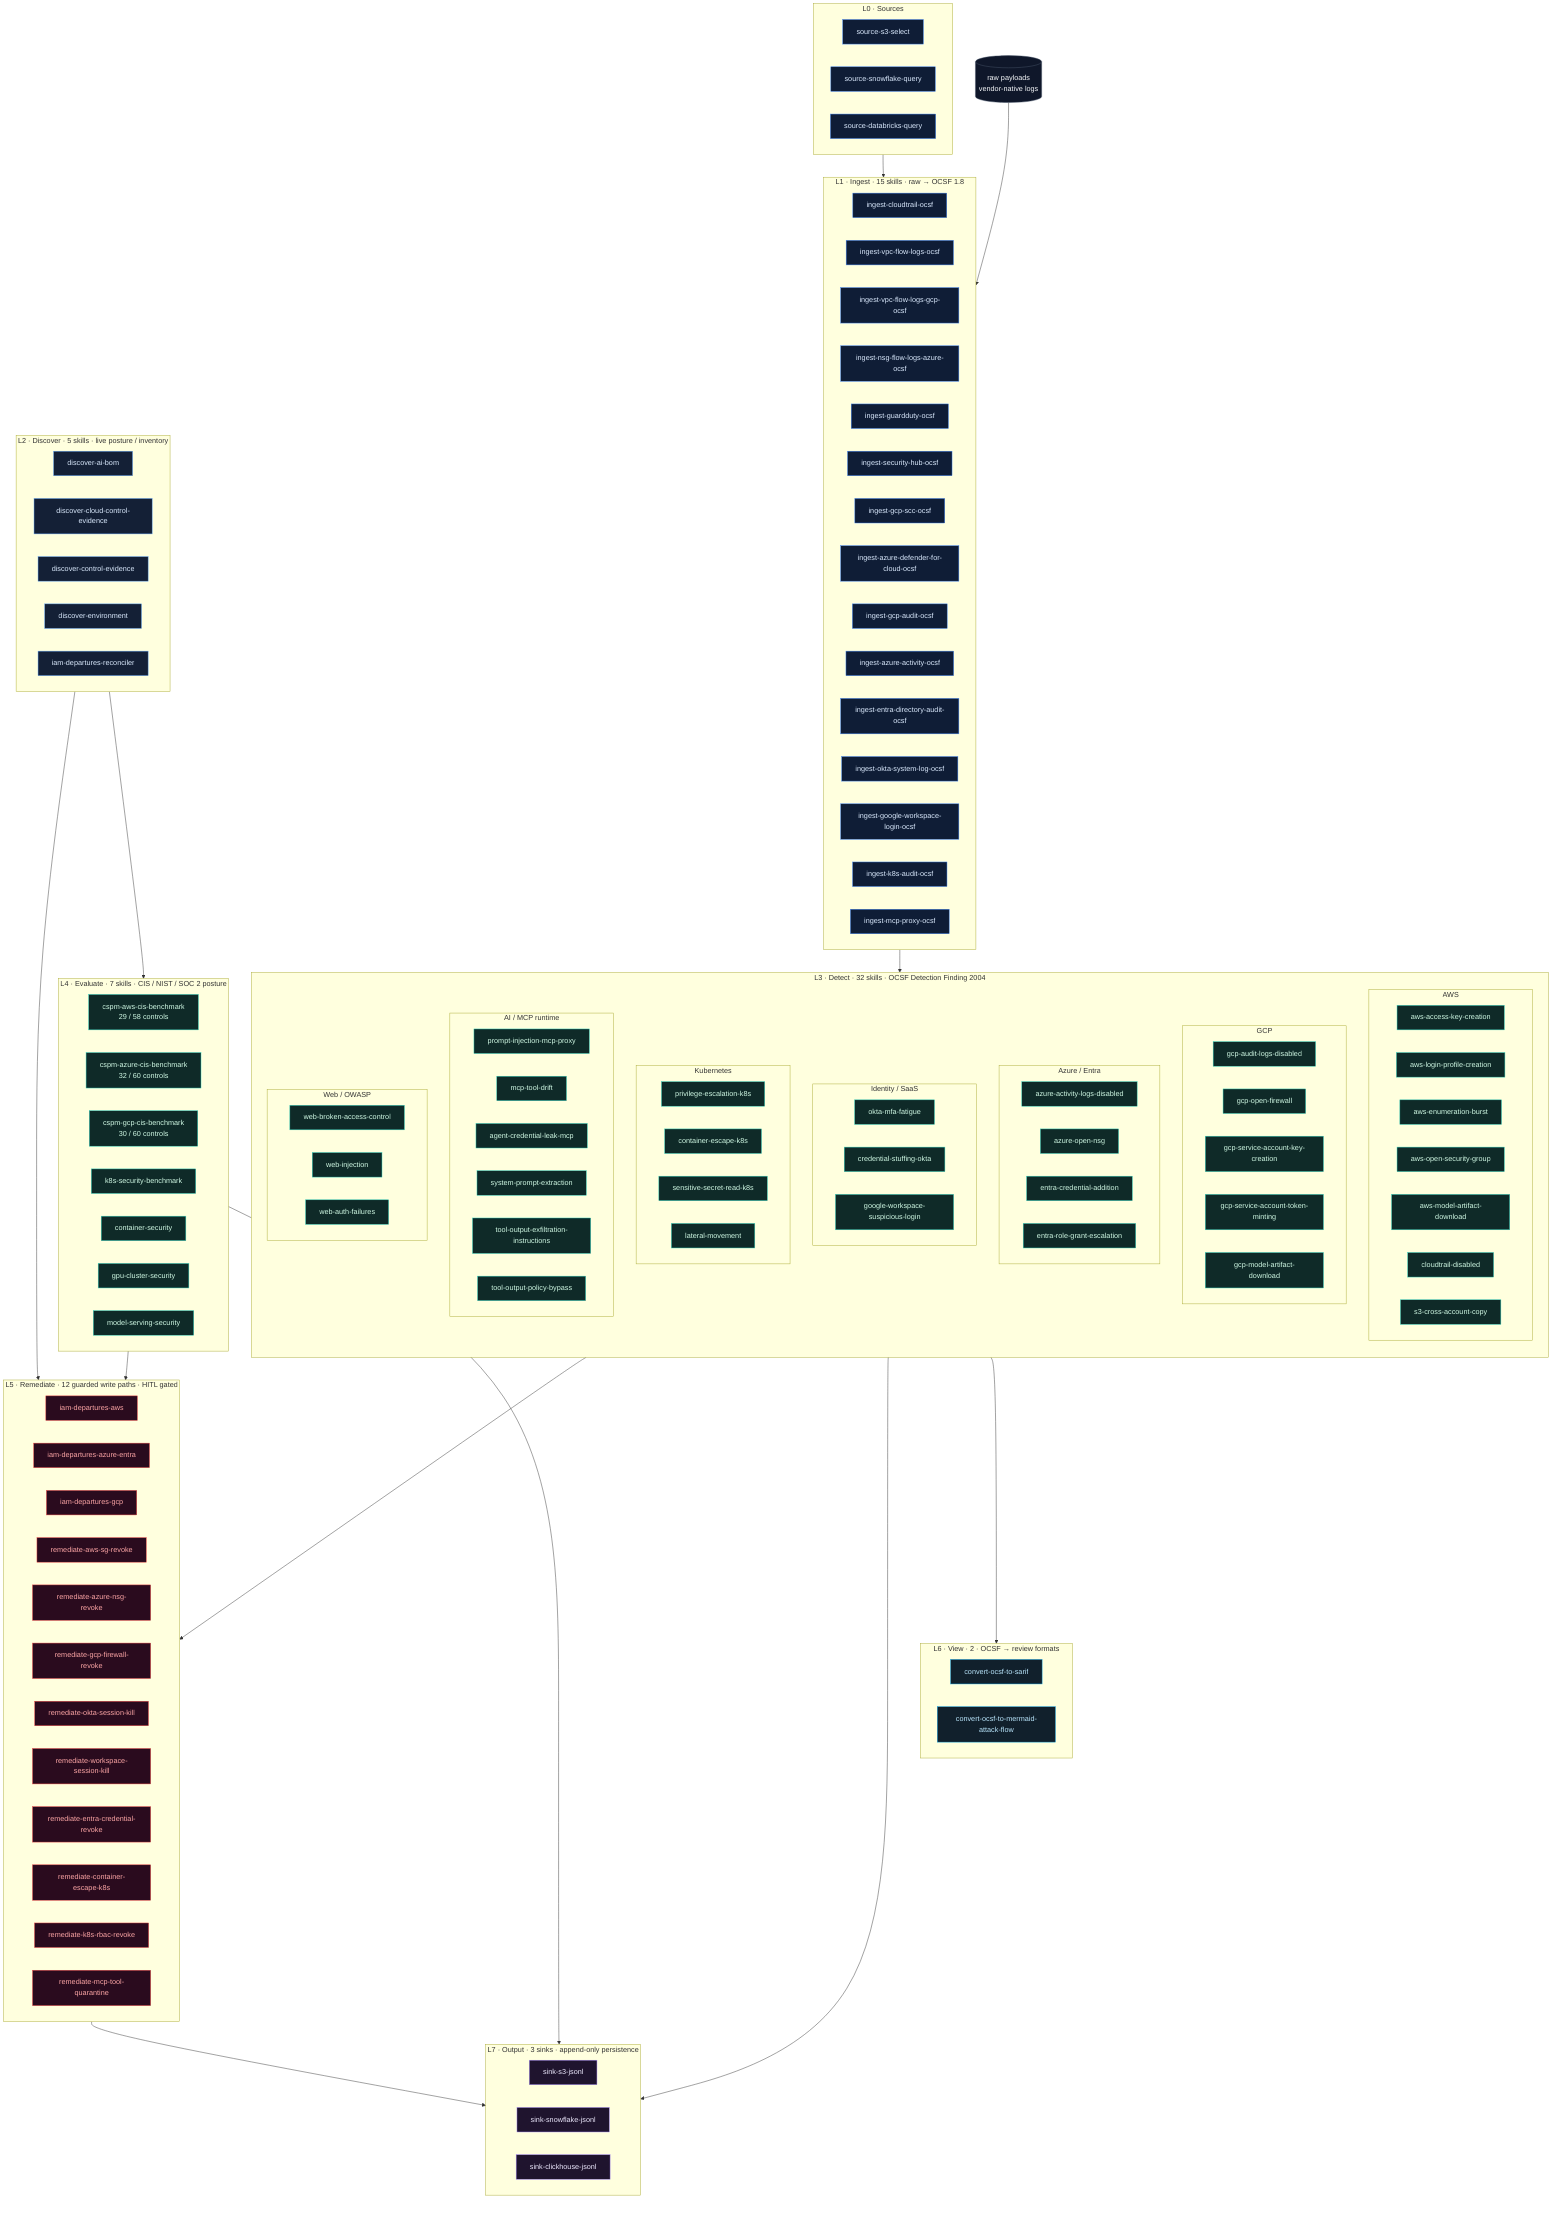
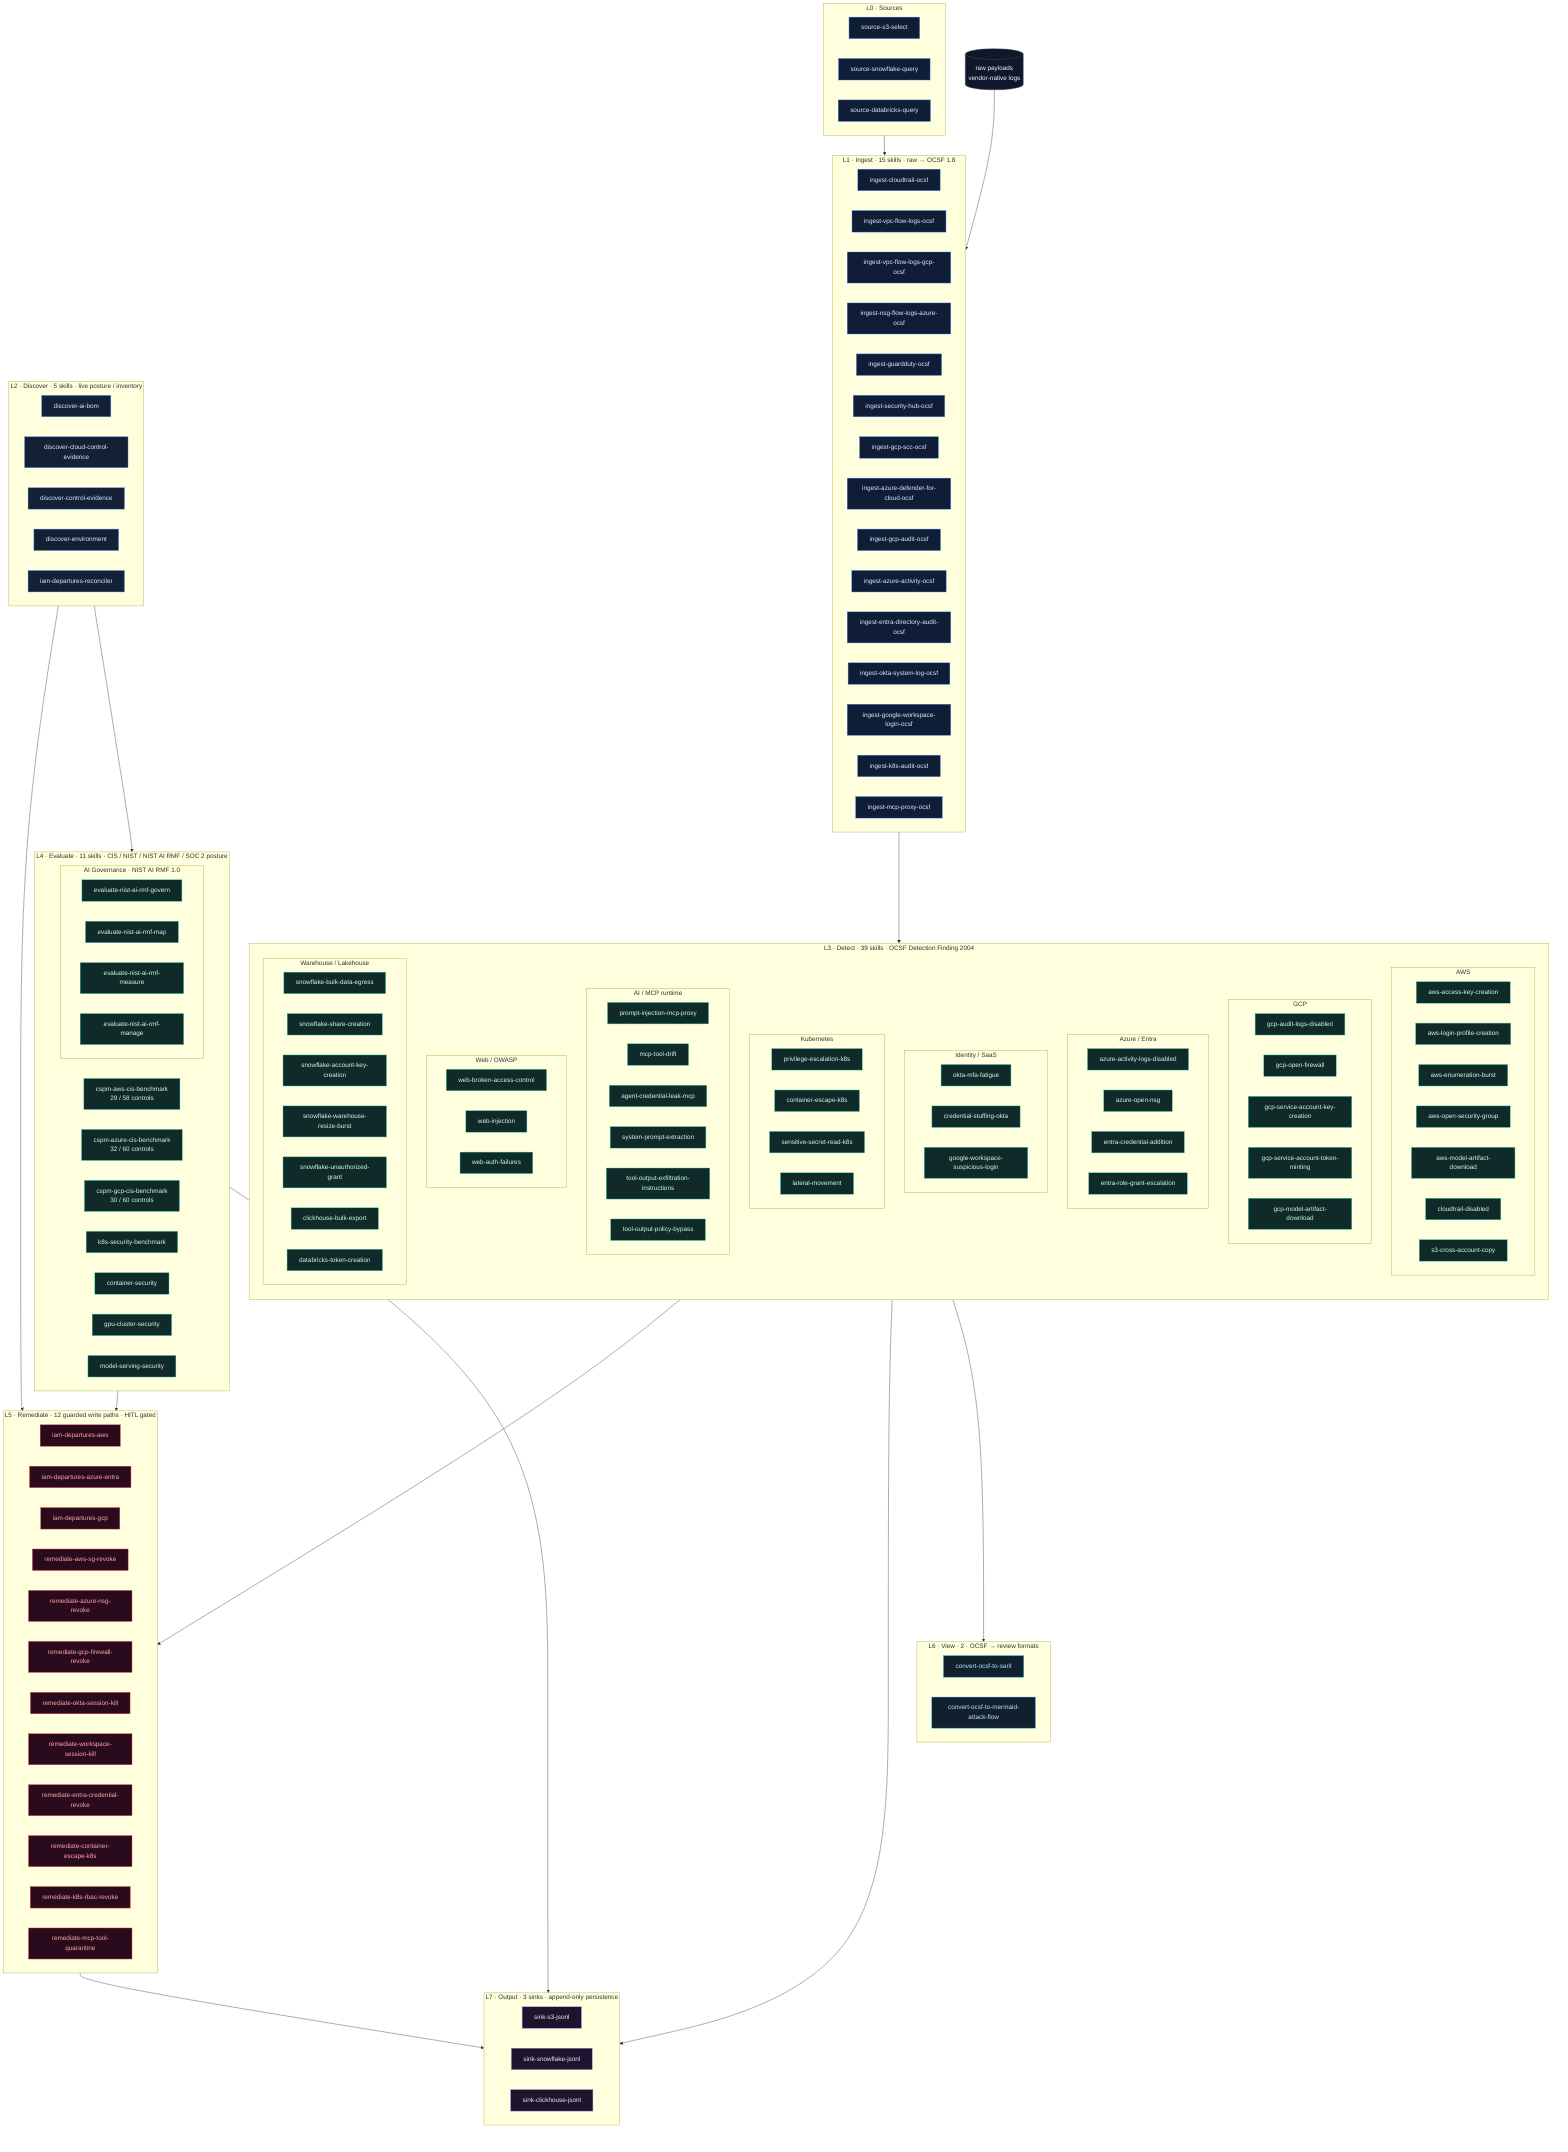
%% Skill hierarchy — every layer × every shipped skill, with arrows
%% showing which OCSF / native streams flow between them. Read this
%% with docs/ARCHITECTURE.md §3 (Layer model) and the per-layer
%% trust-boundary colour key from pipeline-blast-radius.mmd.
flowchart TB
  classDef intake fill:#0f1d36,stroke:#3b82f6,color:#dbeafe
  classDef analyze fill:#0f2a28,stroke:#2dd4bf,color:#d1fae5
  classDef act fill:#2a1708,stroke:#f59e0b,color:#fef3c7
  classDef write fill:#2a0b1e,stroke:#ef4444,color:#fca5a5
  classDef sink fill:#1f142e,stroke:#a78bfa,color:#ede9fe
  classDef view fill:#11202c,stroke:#0ea5e9,color:#bae6fd
  classDef discover fill:#142036,stroke:#60a5fa,color:#dbeafe
  classDef raw fill:#0f172a,stroke:#475569,color:#f8fafc

  RAW[("raw payloads<br/>vendor-native logs")]:::raw

  subgraph L0["L0 · Sources"]
    direction LR
    src_s3["source-s3-select"]:::intake
    src_sf["source-snowflake-query"]:::intake
    src_db["source-databricks-query"]:::intake
  end

  subgraph L1["L1 · Ingest · 15 skills · raw → OCSF 1.8"]
    direction LR
    i_ct["ingest-cloudtrail-ocsf"]:::intake
    i_vpc_aws["ingest-vpc-flow-logs-ocsf"]:::intake
    i_vpc_gcp["ingest-vpc-flow-logs-gcp-ocsf"]:::intake
    i_nsg["ingest-nsg-flow-logs-azure-ocsf"]:::intake
    i_gd["ingest-guardduty-ocsf"]:::intake
    i_sh["ingest-security-hub-ocsf"]:::intake
    i_scc["ingest-gcp-scc-ocsf"]:::intake
    i_def["ingest-azure-defender-for-cloud-ocsf"]:::intake
    i_gcp["ingest-gcp-audit-ocsf"]:::intake
    i_az["ingest-azure-activity-ocsf"]:::intake
    i_entra["ingest-entra-directory-audit-ocsf"]:::intake
    i_okta["ingest-okta-system-log-ocsf"]:::intake
    i_gws["ingest-google-workspace-login-ocsf"]:::intake
    i_k8s["ingest-k8s-audit-ocsf"]:::intake
    i_mcp["ingest-mcp-proxy-ocsf"]:::intake
  end

  subgraph L2["L2 · Discover · 5 skills · live posture / inventory"]
    direction LR
    d_aibom["discover-ai-bom"]:::discover
    d_cce["discover-cloud-control-evidence"]:::discover
    d_ce["discover-control-evidence"]:::discover
    d_env["discover-environment"]:::discover
    d_iam["iam-departures-reconciler"]:::discover
  end

-   subgraph L3["L3 · Detect · 32 skills · OCSF Detection Finding 2004"]
+   subgraph L3["L3 · Detect · 39 skills · OCSF Detection Finding 2004"]
    direction TB
    subgraph L3aws["AWS"]
      direction LR
      d_aws_ak["aws-access-key-creation"]:::analyze
      d_aws_lp["aws-login-profile-creation"]:::analyze
      d_aws_eb["aws-enumeration-burst"]:::analyze
      d_aws_sg["aws-open-security-group"]:::analyze
      d_aws_ma["aws-model-artifact-download"]:::analyze
      d_aws_ct["cloudtrail-disabled"]:::analyze
      d_aws_s3["s3-cross-account-copy"]:::analyze
    end
    subgraph L3gcp["GCP"]
      direction LR
      d_gcp_au["gcp-audit-logs-disabled"]:::analyze
      d_gcp_fw["gcp-open-firewall"]:::analyze
      d_gcp_sa["gcp-service-account-key-creation"]:::analyze
      d_gcp_tk["gcp-service-account-token-minting"]:::analyze
      d_gcp_ma["gcp-model-artifact-download"]:::analyze
    end
    subgraph L3az["Azure / Entra"]
      direction LR
      d_az_al["azure-activity-logs-disabled"]:::analyze
      d_az_ng["azure-open-nsg"]:::analyze
      d_en_cred["entra-credential-addition"]:::analyze
      d_en_role["entra-role-grant-escalation"]:::analyze
    end
    subgraph L3id["Identity / SaaS"]
      direction LR
      d_okta_mfa["okta-mfa-fatigue"]:::analyze
      d_okta_cs["credential-stuffing-okta"]:::analyze
      d_gws_login["google-workspace-suspicious-login"]:::analyze
    end
    subgraph L3k8s["Kubernetes"]
      direction LR
      d_k8s_pe["privilege-escalation-k8s"]:::analyze
      d_k8s_ce["container-escape-k8s"]:::analyze
      d_k8s_sec["sensitive-secret-read-k8s"]:::analyze
      d_lat["lateral-movement"]:::analyze
    end
    subgraph L3mcp["AI / MCP runtime"]
      direction LR
      d_mcp_pi["prompt-injection-mcp-proxy"]:::analyze
      d_mcp_td["mcp-tool-drift"]:::analyze
      d_mcp_cl["agent-credential-leak-mcp"]:::analyze
      d_mcp_sp["system-prompt-extraction"]:::analyze
      d_mcp_ex["tool-output-exfiltration-instructions"]:::analyze
      d_mcp_pb["tool-output-policy-bypass"]:::analyze
    end
    subgraph L3web["Web / OWASP"]
      direction LR
      d_web_ac["web-broken-access-control"]:::analyze
      d_web_inj["web-injection"]:::analyze
      d_web_auth["web-auth-failures"]:::analyze
    end
+     subgraph L3warehouse["Warehouse / Lakehouse"]
+       direction LR
+       d_sf_egress["snowflake-bulk-data-egress"]:::analyze
+       d_sf_share["snowflake-share-creation"]:::analyze
+       d_sf_key["snowflake-account-key-creation"]:::analyze
+       d_sf_resize["snowflake-warehouse-resize-burst"]:::analyze
+       d_sf_grant["snowflake-unauthorized-grant"]:::analyze
+       d_ch_exp["clickhouse-bulk-export"]:::analyze
+       d_db_tok["databricks-token-creation"]:::analyze
+     end
  end

-   subgraph L4["L4 · Evaluate · 7 skills · CIS / NIST / SOC 2 posture"]
+   subgraph L4["L4 · Evaluate · 11 skills · CIS / NIST / NIST AI RMF / SOC 2 posture"]
    direction LR
    e_aws["cspm-aws-cis-benchmark<br/>29 / 58 controls"]:::analyze
    e_az["cspm-azure-cis-benchmark<br/>32 / 60 controls"]:::analyze
    e_gcp["cspm-gcp-cis-benchmark<br/>30 / 60 controls"]:::analyze
    e_k8s["k8s-security-benchmark"]:::analyze
    e_cont["container-security"]:::analyze
    e_gpu["gpu-cluster-security"]:::analyze
    e_mod["model-serving-security"]:::analyze
+     subgraph L4ai["AI Governance · NIST AI RMF 1.0"]
+       direction LR
+       e_ai_gov["evaluate-nist-ai-rmf-govern"]:::analyze
+       e_ai_map["evaluate-nist-ai-rmf-map"]:::analyze
+       e_ai_meas["evaluate-nist-ai-rmf-measure"]:::analyze
+       e_ai_mgmt["evaluate-nist-ai-rmf-manage"]:::analyze
+     end
  end

  subgraph L5["L5 · Remediate · 12 guarded write paths · HITL gated"]
    direction LR
    r_iam_aws["iam-departures-aws"]:::write
    r_iam_az["iam-departures-azure-entra"]:::write
    r_iam_gcp["iam-departures-gcp"]:::write
    r_aws_sg["remediate-aws-sg-revoke"]:::write
    r_az_nsg["remediate-azure-nsg-revoke"]:::write
    r_gcp_fw["remediate-gcp-firewall-revoke"]:::write
    r_okta["remediate-okta-session-kill"]:::write
    r_gws["remediate-workspace-session-kill"]:::write
    r_entra["remediate-entra-credential-revoke"]:::write
    r_k8s_ce["remediate-container-escape-k8s"]:::write
    r_k8s_rb["remediate-k8s-rbac-revoke"]:::write
    r_mcp["remediate-mcp-tool-quarantine"]:::write
  end

  subgraph L6["L6 · View · 2 · OCSF → review formats"]
    direction LR
    v_sarif["convert-ocsf-to-sarif"]:::view
    v_mmd["convert-ocsf-to-mermaid-attack-flow"]:::view
  end

  subgraph L7["L7 · Output · 3 sinks · append-only persistence"]
    direction LR
    s_s3["sink-s3-jsonl"]:::sink
    s_sf["sink-snowflake-jsonl"]:::sink
    s_ch["sink-clickhouse-jsonl"]:::sink
  end

  RAW --> L1
  L0 --> L1
  L1 --> L3
  L2 --> L4
  L2 --> L5
  L3 --> L6
  L3 --> L7
  L3 --> L5
  L4 --> L7
  L4 --> L5
  L5 --> L7
